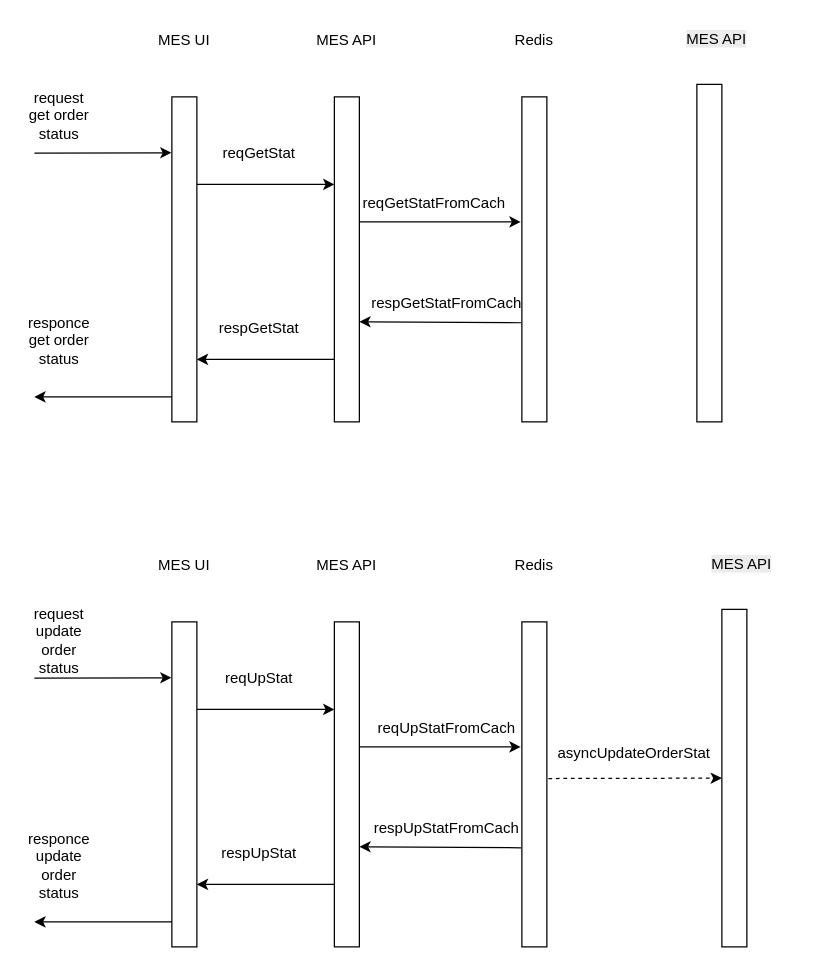
Earlier version of the draw.io diagram Task5/sequence_diagram.drawio (SarkisyanIA/architecture-alexandrite). Source tidied: cells renumbered, new cells numbered last; positions are measured from the earlier drawing's top-left corner, leaving out a move shared by most shapes. Both pictures are drawn from the tidied source at 125%, with x=0, y=0 at pixel (21, 21).
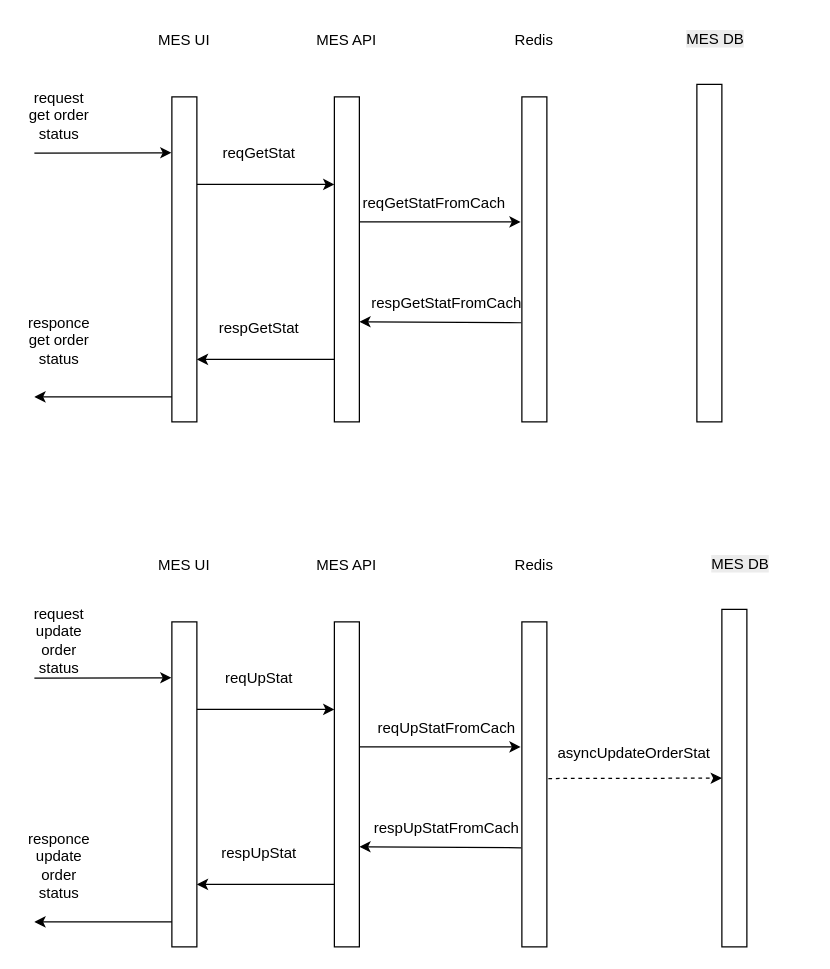
After the change.

Diff of the diagram source:
```diff
@@
-    <mxCell id="6" value="&lt;span style=&quot;color: rgb(0, 0, 0); font-family: Helvetica; font-size: 12px; font-style: normal; font-variant-ligatures: normal; font-variant-caps: normal; font-weight: 400; letter-spacing: normal; orphans: 2; text-align: center; text-indent: 0px; text-transform: none; widows: 2; word-spacing: 0px; -webkit-text-stroke-width: 0px; white-space: normal; background-color: rgb(236, 236, 236); text-decoration-thickness: initial; text-decoration-style: initial; text-decoration-color: initial; display: inline !important; float: none;&quot;&gt;MES API&lt;/span&gt;" style="text;whiteSpace=wrap;html=1;" parent="1" vertex="1">
+    <mxCell id="6" value="&lt;span style=&quot;color: rgb(0, 0, 0); font-family: Helvetica; font-size: 12px; font-style: normal; font-variant-ligatures: normal; font-variant-caps: normal; font-weight: 400; letter-spacing: normal; orphans: 2; text-align: center; text-indent: 0px; text-transform: none; widows: 2; word-spacing: 0px; -webkit-text-stroke-width: 0px; white-space: normal; background-color: rgb(236, 236, 236); text-decoration-thickness: initial; text-decoration-style: initial; text-decoration-color: initial; display: inline !important; float: none;&quot;&gt;MES DB&lt;/span&gt;" style="text;whiteSpace=wrap;html=1;" parent="1" vertex="1">
       <mxGeometry x="530" width="80" height="40" as="geometry" />
     </mxCell>
@@
-    <mxCell id="26" value="&lt;span style=&quot;color: rgb(0, 0, 0); font-family: Helvetica; font-size: 12px; font-style: normal; font-variant-ligatures: normal; font-variant-caps: normal; font-weight: 400; letter-spacing: normal; orphans: 2; text-align: center; text-indent: 0px; text-transform: none; widows: 2; word-spacing: 0px; -webkit-text-stroke-width: 0px; white-space: normal; background-color: rgb(236, 236, 236); text-decoration-thickness: initial; text-decoration-style: initial; text-decoration-color: initial; display: inline !important; float: none;&quot;&gt;MES API&lt;/span&gt;" style="text;whiteSpace=wrap;html=1;" parent="1" vertex="1">
+    <mxCell id="26" value="&lt;span style=&quot;color: rgb(0, 0, 0); font-family: Helvetica; font-size: 12px; font-style: normal; font-variant-ligatures: normal; font-variant-caps: normal; font-weight: 400; letter-spacing: normal; orphans: 2; text-align: center; text-indent: 0px; text-transform: none; widows: 2; word-spacing: 0px; -webkit-text-stroke-width: 0px; white-space: normal; background-color: rgb(236, 236, 236); text-decoration-thickness: initial; text-decoration-style: initial; text-decoration-color: initial; display: inline !important; float: none;&quot;&gt;MES DB&lt;/span&gt;" style="text;whiteSpace=wrap;html=1;" parent="1" vertex="1">
       <mxGeometry x="550" y="420" width="80" height="40" as="geometry" />
     </mxCell>
```
